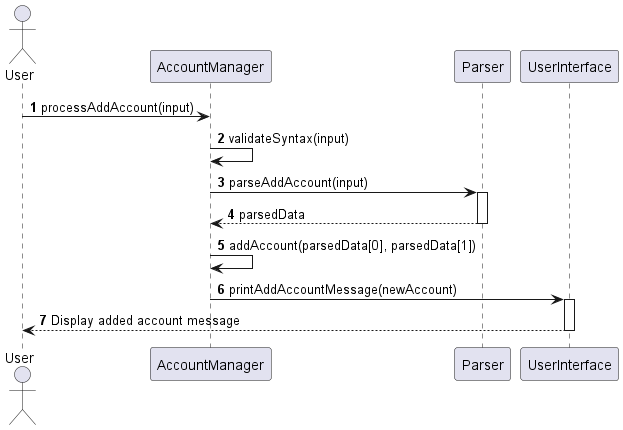
Above: docs/images/addAccountDiagram.png in Vavinan/tp (PlantUML), before the change. The source it was exported from:
```plantuml
@startuml

autonumber

actor User
participant "AccountManager" as AM
participant "Parser" as P
participant "UserInterface" as UI

User -> AM: processAddAccount(input)
AM -> AM: validateSyntax(input)
AM -> P: parseAddAccount(input)
activate P
P --> AM: parsedData
deactivate P
AM -> AM: addAccount(parsedData[0], parsedData[1])
AM -> UI: printAddAccountMessage(newAccount)
activate UI
UI --> User: Display added account message
deactivate UI
@enduml
```
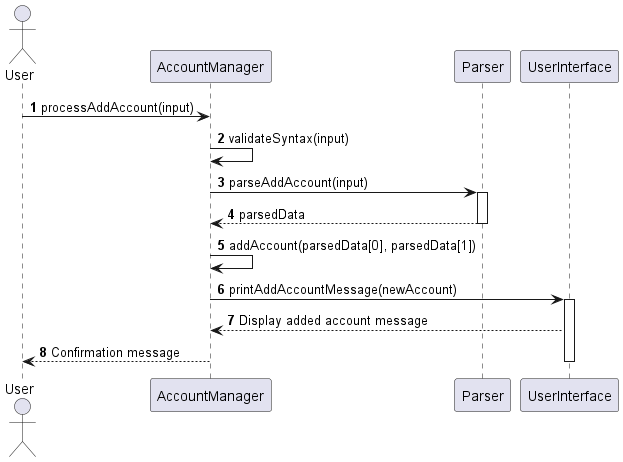
The same diagram one commit later.

Diff of the diagram source:
```diff
@@ -16,6 +16,7 @@
 AM -> AM: addAccount(parsedData[0], parsedData[1])
 AM -> UI: printAddAccountMessage(newAccount)
 activate UI
-UI --> User: Display added account message
+UI --> AM: Display added account message
+AM --> User : Confirmation message
 deactivate UI
 @enduml
```
